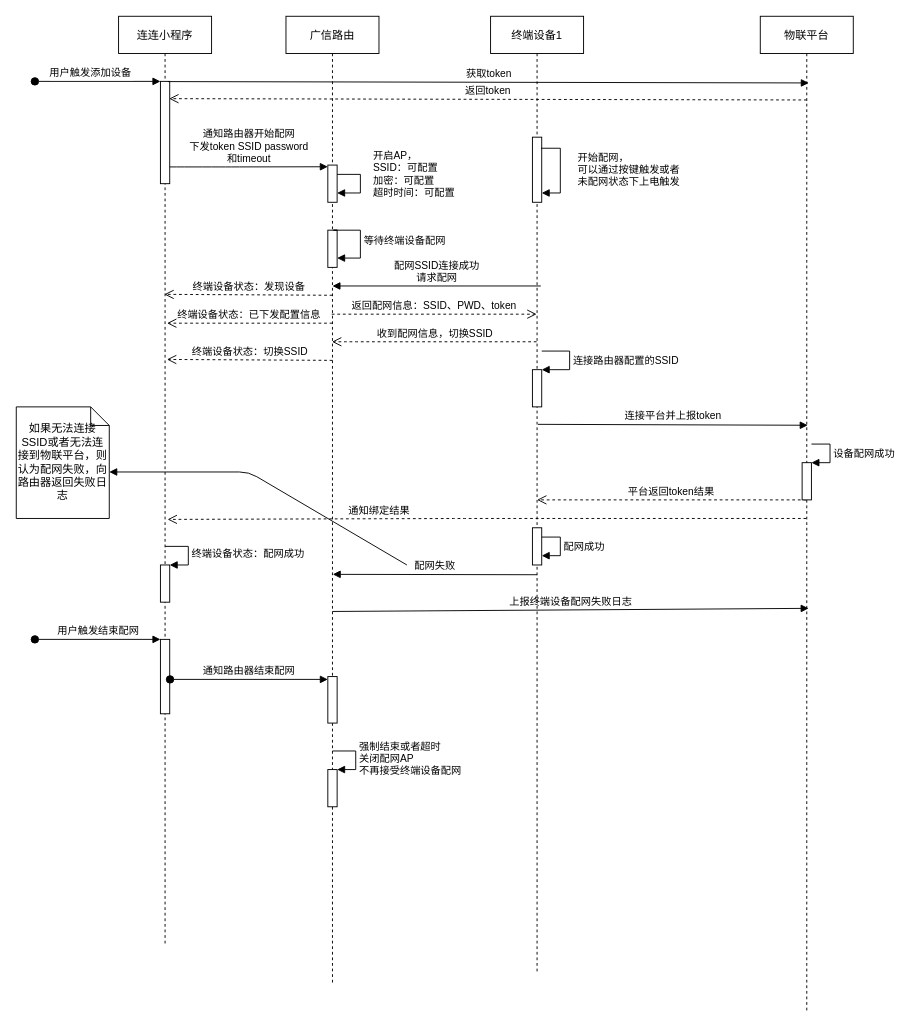
Above: Untitled Diagram.drawio in xupenghu/bitmap (draw.io), before the change. Source tidied: cells renumbered, new cells numbered last; positions are measured from the earlier drawing's top-left corner, leaving out a move shared by most shapes. Both pictures are drawn from the tidied source at 93%, with x=0, y=0 at pixel (16, 16).
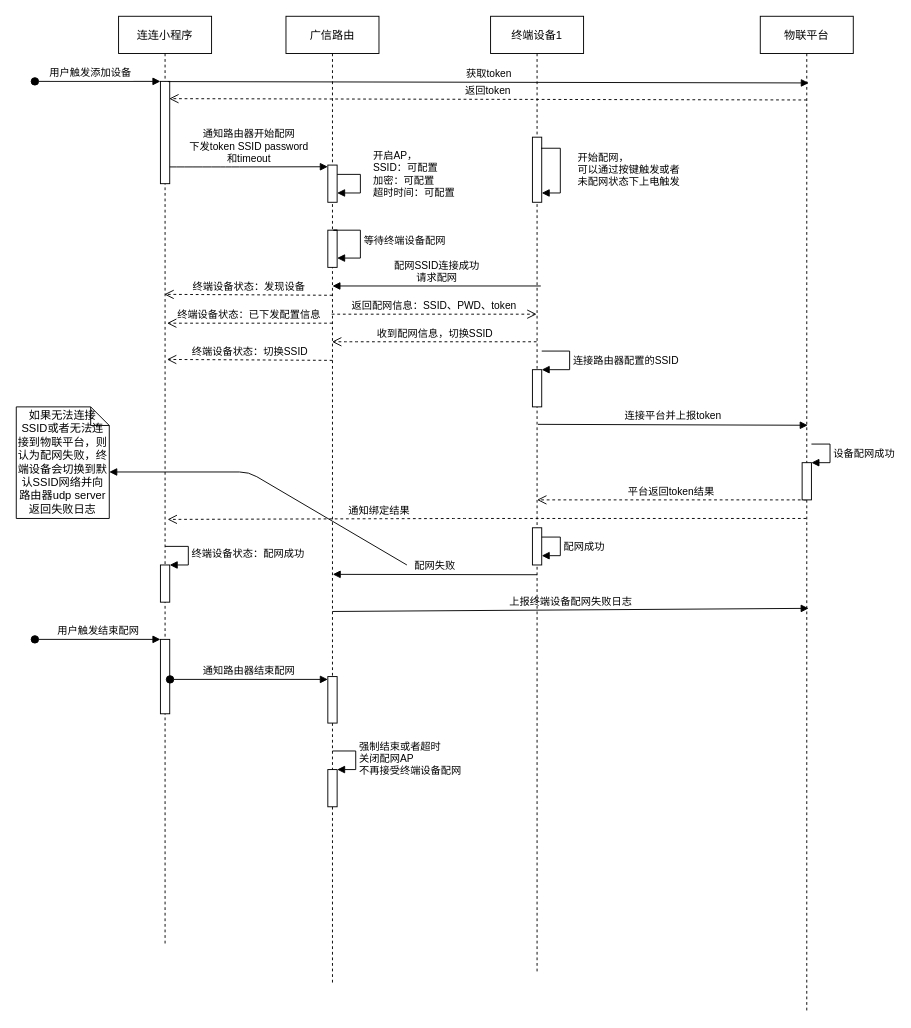
The same diagram, later.

What changed in the source:
```diff
@@
-    <mxCell id="39" value="如果无法连接SSID或者无法连接到物联平台，则认为配网失败，向路由器返回失败日志" style="shape=note;size=20;whiteSpace=wrap;html=1;" parent="1" vertex="1">
+    <mxCell id="39" value="如果无法连接SSID或者无法连接到物联平台，则认为配网失败，终端设备会切换到默认SSID网络并向路由器udp server返回失败日志" style="shape=note;size=20;whiteSpace=wrap;html=1;" parent="1" vertex="1">
       <mxGeometry y="420" width="100" height="120" as="geometry" />
     </mxCell>
```
